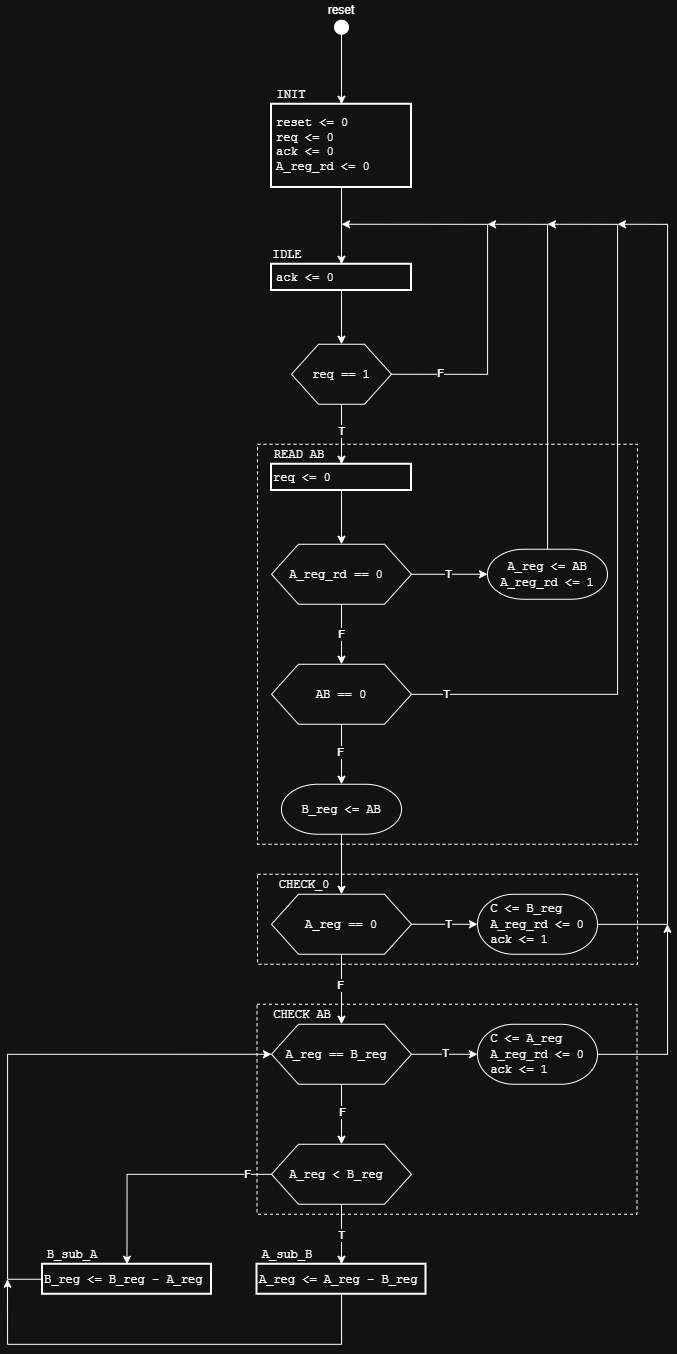
This is assignment_1/State_diagram.png from Thommimp/02203_Design_of_Digital_Systems, a draw.io export, as it was before one commit. Source tidied: cells renumbered, new cells last; positions are measured from the earlier drawing's top-left corner, leaving out a move shared by most shapes.
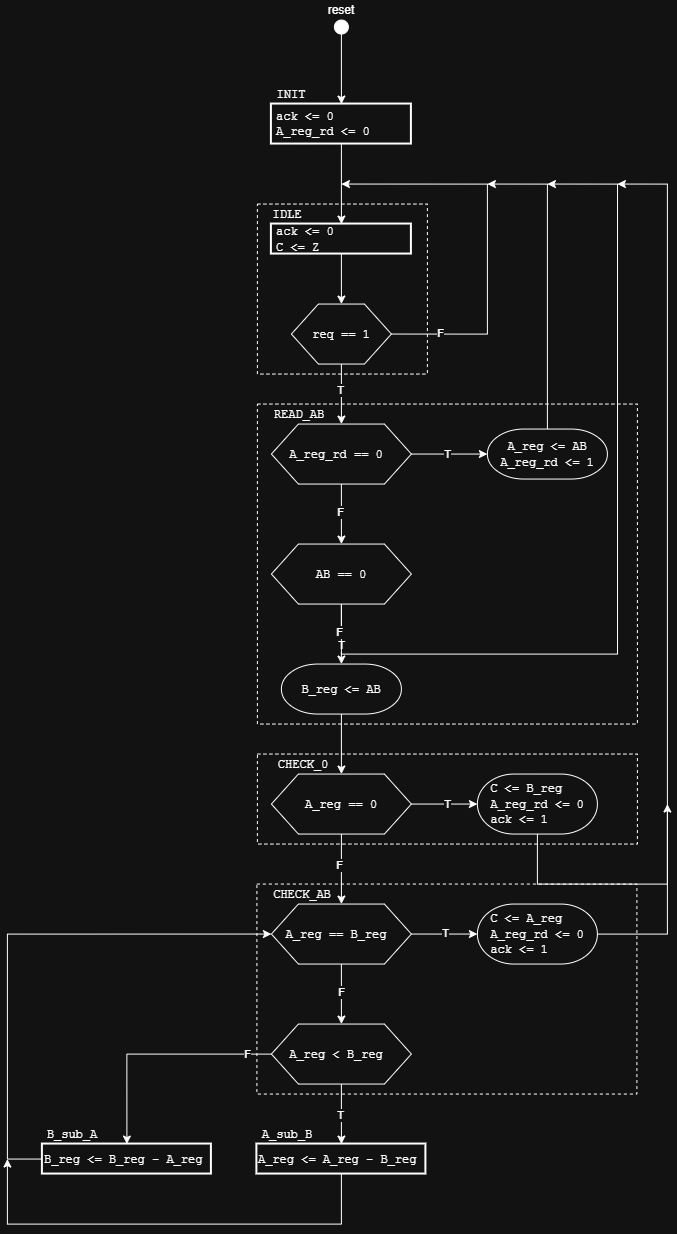
The same file after the commit.

The edit, as a diff of the source:
```diff
@@ -2,74 +2,73 @@
   <root>
     <mxCell id="0" />
     <mxCell id="1" parent="0" />
+    <mxCell id="69" style="rounded=0;whiteSpace=wrap;html=1;fillColor=none;dashed=1;" parent="1" vertex="1">
+      <mxGeometry x="250" y="324" width="170" height="170" as="geometry" />
+    </mxCell>
     <mxCell id="2" style="rounded=0;whiteSpace=wrap;html=1;fillColor=none;dashed=1;" parent="1" vertex="1">
       <mxGeometry x="250" y="874" width="380" height="90" as="geometry" />
     </mxCell>
     <mxCell id="3" style="rounded=0;whiteSpace=wrap;html=1;fillColor=none;dashed=1;" parent="1" vertex="1">
-      <mxGeometry x="250" y="444" width="380" height="400" as="geometry" />
+      <mxGeometry x="250" y="524" width="380" height="320" as="geometry" />
     </mxCell>
     <mxCell id="4" style="edgeStyle=orthogonalEdgeStyle;rounded=0;jettySize=auto;html=1;exitX=1;exitY=0.5;exitDx=0;exitDy=0;" parent="1" edge="1" source="8">
       <mxGeometry relative="1" as="geometry">
-        <mxPoint x="334" y="224" as="targetPoint" />
+        <mxPoint x="334" y="304" as="targetPoint" />
         <Array as="points">
-          <mxPoint x="480" y="374" />
-          <mxPoint x="480" y="224" />
+          <mxPoint x="480" y="454" />
+          <mxPoint x="480" y="304" />
         </Array>
       </mxGeometry>
     </mxCell>
     <mxCell id="5" value="F" style="edgeLabel;html=1;align=center;verticalAlign=middle;" parent="4" vertex="1">
       <mxGeometry x="-0.75" y="1" relative="1" as="geometry" />
     </mxCell>
-    <mxCell id="6" style="edgeStyle=orthogonalEdgeStyle;rounded=0;jettySize=auto;html=1;entryX=0.5;entryY=0;entryDx=0;entryDy=0;" parent="1" edge="1" source="8" target="20">
-      <mxGeometry relative="1" as="geometry" />
+    <mxCell id="6" style="edgeStyle=orthogonalEdgeStyle;rounded=0;jettySize=auto;html=1;entryX=0.5;entryY=0;entryDx=0;entryDy=0;" parent="1" edge="1" source="8">
+      <mxGeometry relative="1" as="geometry">
+        <mxPoint x="334" y="544" as="targetPoint" />
+      </mxGeometry>
     </mxCell>
     <mxCell id="7" value="T" style="edgeLabel;html=1;align=center;verticalAlign=middle;" parent="6" vertex="1">
       <mxGeometry x="-0.11" y="-1" relative="1" as="geometry" />
     </mxCell>
     <mxCell id="8" style="verticalLabelPosition=bottom;verticalAlign=top;html=1;shape=hexagon;perimeter=hexagonPerimeter2;arcSize=6;size=0.27;" parent="1" vertex="1">
-      <mxGeometry x="284" y="344" width="100" height="60" as="geometry" />
+      <mxGeometry x="284" y="424" width="100" height="60" as="geometry" />
     </mxCell>
     <mxCell id="9" style="edgeStyle=orthogonalEdgeStyle;rounded=0;jettySize=auto;html=1;entryX=0.5;entryY=0;entryDx=0;entryDy=0;" parent="1" edge="1" source="10" target="16">
       <mxGeometry relative="1" as="geometry" />
     </mxCell>
-    <mxCell id="10" value="reset &amp;lt;= 0&lt;div&gt;req &amp;lt;= 0&lt;/div&gt;&lt;div&gt;ack &amp;lt;= 0&lt;/div&gt;&lt;div&gt;&lt;div style=&quot;font-family: Helvetica;&quot;&gt;&lt;span style=&quot;font-family: &amp;quot;Courier New&amp;quot;; background-color: transparent; color: light-dark(rgb(0, 0, 0), rgb(255, 255, 255));&quot;&gt;A_reg_rd &amp;lt;= 0&lt;/span&gt;&lt;/div&gt;&lt;/div&gt;" style="rounded=0;whiteSpace=wrap;html=1;align=left;fontFamily=Courier New;spacingLeft=3;strokeWidth=2;" parent="1" vertex="1">
-      <mxGeometry x="264" y="104" width="140" height="83.2" as="geometry" />
+    <mxCell id="10" value="&lt;div&gt;&lt;span style=&quot;background-color: transparent; color: light-dark(rgb(0, 0, 0), rgb(255, 255, 255));&quot;&gt;ack &amp;lt;= 0&lt;/span&gt;&lt;/div&gt;&lt;div&gt;&lt;div style=&quot;font-family: Helvetica;&quot;&gt;&lt;span style=&quot;font-family: &amp;quot;Courier New&amp;quot;; background-color: transparent; color: light-dark(rgb(0, 0, 0), rgb(255, 255, 255));&quot;&gt;A_reg_rd &amp;lt;= 0&lt;/span&gt;&lt;/div&gt;&lt;/div&gt;" style="rounded=0;whiteSpace=wrap;html=1;align=left;fontFamily=Courier New;spacingLeft=3;strokeWidth=2;" parent="1" vertex="1">
+      <mxGeometry x="264" y="224" width="140" height="40" as="geometry" />
     </mxCell>
     <mxCell id="11" style="edgeStyle=orthogonalEdgeStyle;rounded=0;orthogonalLoop=1;jettySize=auto;html=1;entryX=0.5;entryY=0;entryDx=0;entryDy=0;" parent="1" edge="1">
       <mxGeometry relative="1" as="geometry">
-        <mxPoint x="334" y="34" as="sourcePoint" />
-        <mxPoint x="334" y="104" as="targetPoint" />
+        <mxPoint x="334" y="154" as="sourcePoint" />
+        <mxPoint x="334" y="224" as="targetPoint" />
       </mxGeometry>
     </mxCell>
     <mxCell id="12" value="reset" style="text;html=1;whiteSpace=wrap;strokeColor=none;fillColor=none;align=center;verticalAlign=middle;rounded=0;" parent="1" vertex="1">
-      <mxGeometry x="314" width="40" height="20" as="geometry" />
+      <mxGeometry x="314" y="120" width="40" height="20" as="geometry" />
     </mxCell>
     <mxCell id="13" style="ellipse;whiteSpace=wrap;html=1;shapeInside=1;fillColor=light-dark(#FFFFFF,#FFFFFF);" parent="1" vertex="1">
-      <mxGeometry x="327" y="20" width="14" height="14" as="geometry" />
+      <mxGeometry x="327" y="140" width="14" height="14" as="geometry" />
     </mxCell>
     <mxCell id="14" value="&lt;font face=&quot;Courier New&quot;&gt;INIT&lt;/font&gt;" style="text;html=1;whiteSpace=wrap;strokeColor=none;fillColor=none;align=center;verticalAlign=middle;rounded=0;" parent="1" vertex="1">
-      <mxGeometry x="264" y="84" width="40" height="20" as="geometry" />
+      <mxGeometry x="264" y="204" width="40" height="20" as="geometry" />
     </mxCell>
     <mxCell id="15" style="edgeStyle=orthogonalEdgeStyle;rounded=0;jettySize=auto;html=1;entryX=0.5;entryY=0;entryDx=0;entryDy=0;" parent="1" edge="1" source="16" target="8">
       <mxGeometry relative="1" as="geometry" />
     </mxCell>
-    <mxCell id="16" value="&lt;font face=&quot;Courier New&quot;&gt;ack &amp;lt;= 0&lt;/font&gt;" style="rounded=0;whiteSpace=wrap;html=1;align=left;spacingLeft=3;strokeWidth=2;" parent="1" vertex="1">
-      <mxGeometry x="264" y="264" width="140" height="26.2" as="geometry" />
+    <mxCell id="16" value="&lt;font face=&quot;Courier New&quot;&gt;ack &amp;lt;= 0&lt;/font&gt;&lt;div&gt;&lt;font face=&quot;Courier New&quot;&gt;C &amp;lt;= Z&lt;/font&gt;&lt;/div&gt;" style="rounded=0;whiteSpace=wrap;html=1;align=left;spacingLeft=3;strokeWidth=2;" parent="1" vertex="1">
+      <mxGeometry x="264" y="344" width="140" height="30" as="geometry" />
     </mxCell>
     <mxCell id="17" value="&lt;font face=&quot;Courier New&quot;&gt;IDLE&lt;/font&gt;" style="text;html=1;whiteSpace=wrap;strokeColor=none;fillColor=none;align=center;verticalAlign=middle;rounded=0;" parent="1" vertex="1">
-      <mxGeometry x="260" y="244" width="40" height="20" as="geometry" />
+      <mxGeometry x="260" y="324" width="40" height="20" as="geometry" />
     </mxCell>
     <mxCell id="18" value="&lt;font face=&quot;Courier New&quot;&gt;req == 1&lt;/font&gt;" style="text;html=1;whiteSpace=wrap;strokeColor=none;fillColor=none;align=center;verticalAlign=middle;rounded=0;" parent="1" vertex="1">
-      <mxGeometry x="302" y="367" width="64" height="14" as="geometry" />
+      <mxGeometry x="302" y="447" width="64" height="14" as="geometry" />
     </mxCell>
-    <mxCell id="19" style="edgeStyle=orthogonalEdgeStyle;rounded=0;jettySize=auto;html=1;entryX=0.5;entryY=0;entryDx=0;entryDy=0;" parent="1" edge="1" source="20" target="22">
-      <mxGeometry relative="1" as="geometry" />
-    </mxCell>
-    <mxCell id="20" value="&lt;div&gt;&lt;font face=&quot;Courier New&quot;&gt;req &amp;lt;= 0&lt;/font&gt;&lt;/div&gt;" style="rounded=0;whiteSpace=wrap;html=1;align=left;strokeWidth=2;" parent="1" vertex="1">
-      <mxGeometry x="264" y="464" width="140" height="26.2" as="geometry" />
-    </mxCell>
-    <mxCell id="21" value="&lt;font face=&quot;Courier New&quot;&gt;READ AB&lt;/font&gt;" style="text;html=1;whiteSpace=wrap;strokeColor=none;fillColor=none;align=center;verticalAlign=middle;rounded=0;" parent="1" vertex="1">
-      <mxGeometry x="264" y="444" width="56" height="20" as="geometry" />
+    <mxCell id="21" value="&lt;font face=&quot;Courier New&quot;&gt;READ_AB&lt;/font&gt;" style="text;html=1;whiteSpace=wrap;strokeColor=none;fillColor=none;align=center;verticalAlign=middle;rounded=0;" parent="1" vertex="1">
+      <mxGeometry x="264" y="524" width="56" height="20" as="geometry" />
     </mxCell>
     <mxCell id="22" style="verticalLabelPosition=bottom;verticalAlign=top;html=1;shape=hexagon;perimeter=hexagonPerimeter2;arcSize=6;size=0.19285714285714287;" parent="1" vertex="1">
       <mxGeometry x="264" y="544" width="140" height="60" as="geometry" />
@@ -79,9 +78,9 @@
     </mxCell>
     <mxCell id="24" style="edgeStyle=orthogonalEdgeStyle;rounded=0;jettySize=auto;html=1;" parent="1" edge="1" source="25">
       <mxGeometry relative="1" as="geometry">
-        <mxPoint x="480" y="224" as="targetPoint" />
+        <mxPoint x="480" y="304" as="targetPoint" />
         <Array as="points">
-          <mxPoint x="540" y="224" />
+          <mxPoint x="540" y="304" />
         </Array>
       </mxGeometry>
     </mxCell>
@@ -105,7 +104,7 @@
     <mxCell id="30" style="rounded=0;whiteSpace=wrap;html=1;fillColor=none;dashed=1;" parent="1" vertex="1">
       <mxGeometry x="249.5" y="1004" width="380" height="210" as="geometry" />
     </mxCell>
-    <mxCell id="31" value="&lt;font face=&quot;Courier New&quot;&gt;CHECK AB&lt;/font&gt;" style="text;html=1;whiteSpace=wrap;strokeColor=none;fillColor=none;align=center;verticalAlign=middle;rounded=0;" parent="1" vertex="1">
+    <mxCell id="31" value="&lt;font face=&quot;Courier New&quot;&gt;CHECK_AB&lt;/font&gt;" style="text;html=1;whiteSpace=wrap;strokeColor=none;fillColor=none;align=center;verticalAlign=middle;rounded=0;" parent="1" vertex="1">
       <mxGeometry x="260" y="1004" width="70" height="20" as="geometry" />
     </mxCell>
     <mxCell id="32" style="edgeStyle=orthogonalEdgeStyle;rounded=0;jettySize=auto;html=1;entryX=0.5;entryY=0;entryDx=0;entryDy=0;" parent="1" edge="1" source="36" target="40">
@@ -195,10 +194,10 @@
     </mxCell>
     <mxCell id="55" style="edgeStyle=orthogonalEdgeStyle;rounded=0;jettySize=auto;html=1;" parent="1" edge="1" source="56">
       <mxGeometry relative="1" as="geometry">
-        <mxPoint x="610" y="224" as="targetPoint" />
+        <mxPoint x="610" y="304" as="targetPoint" />
         <Array as="points">
-          <mxPoint x="660" y="924.1" />
-          <mxPoint x="660" y="224.1" />
+          <mxPoint x="660" y="1004.1" />
+          <mxPoint x="660" y="304.1" />
         </Array>
       </mxGeometry>
     </mxCell>
@@ -213,10 +212,10 @@
     </mxCell>
     <mxCell id="59" style="edgeStyle=orthogonalEdgeStyle;rounded=0;jettySize=auto;html=1;" parent="1" edge="1" source="61">
       <mxGeometry relative="1" as="geometry">
-        <mxPoint x="540" y="224" as="targetPoint" />
+        <mxPoint x="540" y="304" as="targetPoint" />
         <Array as="points">
-          <mxPoint x="610.1" y="694" />
-          <mxPoint x="610.1" y="224" />
+          <mxPoint x="610.1" y="774" />
+          <mxPoint x="610.1" y="304" />
         </Array>
       </mxGeometry>
     </mxCell>
```
